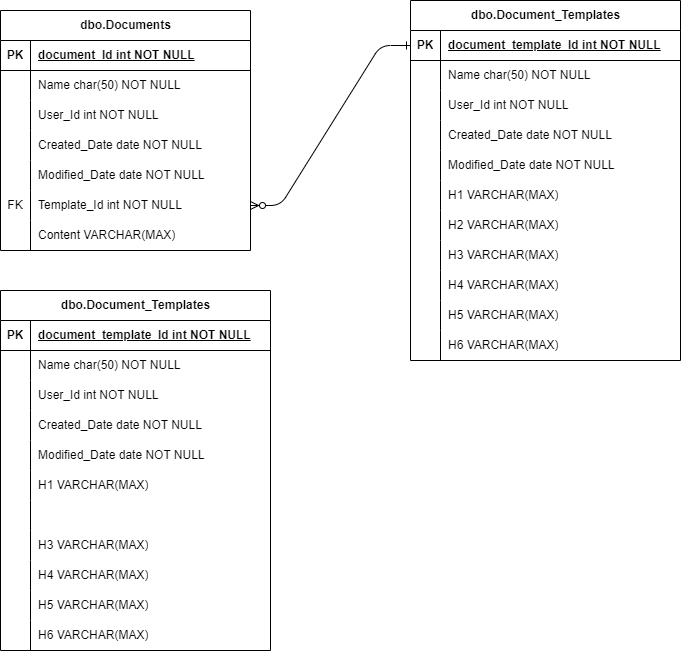
Before: DocsRel.png, a diagram exported from draw.io (clees1/portfoliotesting2). Source tidied: cells renumbered, new cells last; positions are measured from the earlier drawing's top-left corner, leaving out a move shared by most shapes.
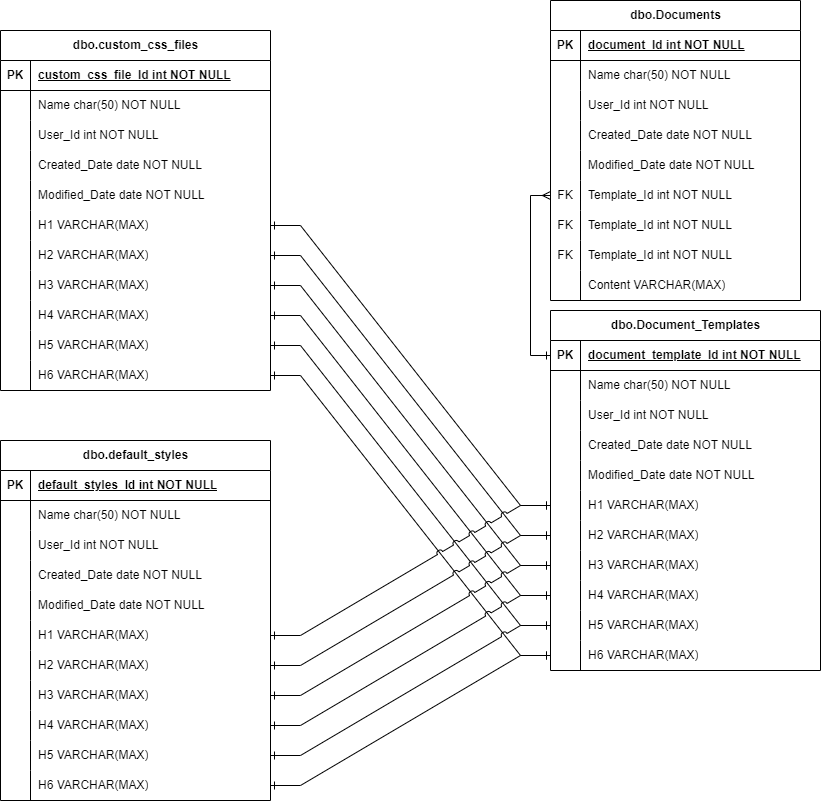
The same diagram one commit later.

The edit, as a diff of the source:
```diff
@@ -2,11 +2,8 @@
   <root>
     <mxCell id="0" />
     <mxCell id="1" parent="0" />
-    <mxCell id="2" style="edgeStyle=entityRelationEdgeStyle;endArrow=ERzeroToMany;startArrow=ERone;endFill=1;startFill=0;entryX=1;entryY=0.5;entryDx=0;entryDy=0;exitX=0;exitY=0.5;exitDx=0;exitDy=0;" parent="1" edge="1" source="26" target="19">
-      <mxGeometry relative="1" as="geometry" />
-    </mxCell>
     <mxCell id="3" value="dbo.Documents" style="shape=table;startSize=30;rowLines=0;fontStyle=1;align=center;html=1;" parent="1" vertex="1">
-      <mxGeometry y="10" width="250" height="240" as="geometry" />
+      <mxGeometry x="510" y="-80" width="250" height="300" as="geometry" />
     </mxCell>
     <mxCell id="4" style="shape=tableRow;horizontal=0;startSize=0;swimlaneHead=0;swimlaneBody=0;fillColor=none;top=0;left=0;right=0;bottom=1;" parent="3" vertex="1">
       <mxGeometry y="30" width="250" height="30" as="geometry" />
@@ -53,8 +50,26 @@
     <mxCell id="18" value="Modified_Date date NOT NULL" style="shape=partialRectangle;fillColor=none;top=0;left=0;bottom=0;right=0;align=left;spacingLeft=6;overflow=hidden;whiteSpace=wrap;html=1;" parent="16" vertex="1">
       <mxGeometry x="30" width="220" height="30" as="geometry" />
     </mxCell>
+    <mxCell id="94" style="shape=tableRow;horizontal=0;startSize=0;swimlaneHead=0;swimlaneBody=0;fillColor=none;points=[[0,0.5],[1,0.5]];portConstraint=eastwest;top=0;left=0;right=0;bottom=0;" parent="3" vertex="1">
+      <mxGeometry y="180" width="250" height="30" as="geometry" />
+    </mxCell>
+    <mxCell id="95" value="FK" style="shape=partialRectangle;fillColor=none;top=0;left=0;bottom=0;right=0;overflow=hidden;whiteSpace=wrap;html=1;" parent="94" vertex="1">
+      <mxGeometry width="30" height="30" as="geometry" />
+    </mxCell>
+    <mxCell id="96" value="Template_Id int NOT NULL" style="shape=partialRectangle;fillColor=none;top=0;left=0;bottom=0;right=0;align=left;spacingLeft=6;overflow=hidden;whiteSpace=wrap;html=1;" parent="94" vertex="1">
+      <mxGeometry x="30" width="220" height="30" as="geometry" />
+    </mxCell>
+    <mxCell id="97" style="shape=tableRow;horizontal=0;startSize=0;swimlaneHead=0;swimlaneBody=0;fillColor=none;top=0;left=0;right=0;bottom=0;" parent="3" vertex="1">
+      <mxGeometry y="210" width="250" height="30" as="geometry" />
+    </mxCell>
+    <mxCell id="98" value="FK" style="shape=partialRectangle;fillColor=none;top=0;left=0;bottom=0;right=0;overflow=hidden;whiteSpace=wrap;html=1;" parent="97" vertex="1">
+      <mxGeometry width="30" height="30" as="geometry" />
+    </mxCell>
+    <mxCell id="99" value="Template_Id int NOT NULL" style="shape=partialRectangle;fillColor=none;top=0;left=0;bottom=0;right=0;align=left;spacingLeft=6;overflow=hidden;whiteSpace=wrap;html=1;" parent="97" vertex="1">
+      <mxGeometry x="30" width="220" height="30" as="geometry" />
+    </mxCell>
     <mxCell id="19" style="shape=tableRow;horizontal=0;startSize=0;swimlaneHead=0;swimlaneBody=0;fillColor=none;points=[[0,0.5],[1,0.5]];portConstraint=eastwest;top=0;left=0;right=0;bottom=0;" parent="3" vertex="1">
-      <mxGeometry y="180" width="250" height="30" as="geometry" />
+      <mxGeometry y="240" width="250" height="30" as="geometry" />
     </mxCell>
     <mxCell id="20" value="FK" style="shape=partialRectangle;fillColor=none;top=0;left=0;bottom=0;right=0;overflow=hidden;whiteSpace=wrap;html=1;" parent="19" vertex="1">
       <mxGeometry width="30" height="30" as="geometry" />
@@ -63,7 +78,7 @@
       <mxGeometry x="30" width="220" height="30" as="geometry" />
     </mxCell>
     <mxCell id="22" style="shape=tableRow;horizontal=0;startSize=0;swimlaneHead=0;swimlaneBody=0;fillColor=none;top=0;left=0;right=0;bottom=0;" parent="3" vertex="1">
-      <mxGeometry y="210" width="250" height="30" as="geometry" />
+      <mxGeometry y="270" width="250" height="30" as="geometry" />
     </mxCell>
     <mxCell id="23" style="shape=partialRectangle;fillColor=none;top=0;left=0;bottom=0;right=0;overflow=hidden;whiteSpace=wrap;html=1;" parent="22" vertex="1">
       <mxGeometry width="30" height="30" as="geometry" />
@@ -72,7 +87,7 @@
       <mxGeometry x="30" width="220" height="30" as="geometry" />
     </mxCell>
     <mxCell id="25" value="dbo.Document_Templates" style="shape=table;startSize=30;rowLines=0;fontStyle=1;align=center;html=1;" parent="1" vertex="1">
-      <mxGeometry x="410" width="270" height="360" as="geometry" />
+      <mxGeometry x="510" y="230" width="270" height="360" as="geometry" />
     </mxCell>
     <mxCell id="26" style="shape=tableRow;horizontal=0;startSize=0;swimlaneHead=0;swimlaneBody=0;fillColor=none;points=[[0,0.5],[1,0.5]];portConstraint=eastwest;top=0;left=0;right=0;bottom=1;" parent="25" vertex="1">
       <mxGeometry y="30" width="270" height="30" as="geometry" />
@@ -174,10 +189,10 @@
       <mxGeometry x="30" width="240" height="30" as="geometry" />
     </mxCell>
     <mxCell id="59" value="H2 VARCHAR(MAX)" style="shape=partialRectangle;fillColor=none;top=0;left=0;bottom=0;right=0;align=left;spacingLeft=6;overflow=hidden;whiteSpace=wrap;html=1;" parent="1" vertex="1">
-      <mxGeometry x="440" y="210" width="150" height="30" as="geometry" />
+      <mxGeometry x="540" y="440" width="130" height="30" as="geometry" />
     </mxCell>
-    <mxCell id="60" value="dbo.Document_Templates" style="shape=table;startSize=30;rowLines=0;fontStyle=1;align=center;html=1;" parent="1" vertex="1">
-      <mxGeometry y="290" width="270" height="360" as="geometry" />
+    <mxCell id="60" value="dbo.custom_css_files" style="shape=table;startSize=30;rowLines=0;fontStyle=1;align=center;html=1;" parent="1" vertex="1">
+      <mxGeometry x="-40" y="-50" width="270" height="360" as="geometry" />
     </mxCell>
     <mxCell id="61" style="shape=tableRow;horizontal=0;startSize=0;swimlaneHead=0;swimlaneBody=0;fillColor=none;top=0;left=0;right=0;bottom=1;" parent="60" vertex="1">
       <mxGeometry y="30" width="270" height="30" as="geometry" />
@@ -185,7 +200,7 @@
     <mxCell id="62" value="PK" style="shape=partialRectangle;fillColor=none;top=0;left=0;bottom=0;right=0;fontStyle=1;overflow=hidden;whiteSpace=wrap;html=1;" parent="61" vertex="1">
       <mxGeometry width="30" height="30" as="geometry" />
     </mxCell>
-    <mxCell id="63" value="document_template_Id int NOT NULL" style="shape=partialRectangle;fillColor=none;top=0;left=0;bottom=0;right=0;align=left;spacingLeft=6;fontStyle=5;overflow=hidden;whiteSpace=wrap;html=1;" parent="61" vertex="1">
+    <mxCell id="63" value="custom_css_file_Id int NOT NULL" style="shape=partialRectangle;fillColor=none;top=0;left=0;bottom=0;right=0;align=left;spacingLeft=6;fontStyle=5;overflow=hidden;whiteSpace=wrap;html=1;" parent="61" vertex="1">
       <mxGeometry x="30" width="240" height="30" as="geometry" />
     </mxCell>
     <mxCell id="64" style="shape=tableRow;horizontal=0;startSize=0;swimlaneHead=0;swimlaneBody=0;fillColor=none;top=0;left=0;right=0;bottom=0;" parent="60" vertex="1">
@@ -239,7 +254,7 @@
     <mxCell id="80" style="shape=partialRectangle;fillColor=none;top=0;left=0;bottom=0;right=0;overflow=hidden;whiteSpace=wrap;html=1;" parent="79" vertex="1">
       <mxGeometry width="30" height="30" as="geometry" />
     </mxCell>
-    <mxCell id="81" style="shape=partialRectangle;fillColor=none;top=0;left=0;bottom=0;right=0;align=left;spacingLeft=6;overflow=hidden;whiteSpace=wrap;html=1;" parent="79" vertex="1">
+    <mxCell id="81" value="H2 VARCHAR(MAX)" style="shape=partialRectangle;fillColor=none;top=0;left=0;bottom=0;right=0;align=left;spacingLeft=6;overflow=hidden;whiteSpace=wrap;html=1;" parent="79" vertex="1">
       <mxGeometry x="30" width="240" height="30" as="geometry" />
     </mxCell>
     <mxCell id="82" style="shape=tableRow;horizontal=0;startSize=0;swimlaneHead=0;swimlaneBody=0;fillColor=none;points=[[0,0.5],[1,0.5]];portConstraint=eastwest;top=0;left=0;right=0;bottom=0;" parent="60" vertex="1">
@@ -278,5 +293,170 @@
     <mxCell id="93" value="H6 VARCHAR(MAX)" style="shape=partialRectangle;fillColor=none;top=0;left=0;bottom=0;right=0;align=left;spacingLeft=6;overflow=hidden;whiteSpace=wrap;html=1;" parent="91" vertex="1">
       <mxGeometry x="30" width="240" height="30" as="geometry" />
     </mxCell>
+    <mxCell id="100" value="dbo.default_styles" style="shape=table;startSize=30;rowLines=0;fontStyle=1;align=center;html=1;" parent="1" vertex="1">
+      <mxGeometry x="-40" y="360" width="270" height="360" as="geometry" />
+    </mxCell>
+    <mxCell id="101" style="shape=tableRow;horizontal=0;startSize=0;swimlaneHead=0;swimlaneBody=0;fillColor=none;top=0;left=0;right=0;bottom=1;" parent="100" vertex="1">
+      <mxGeometry y="30" width="270" height="30" as="geometry" />
+    </mxCell>
+    <mxCell id="102" value="PK" style="shape=partialRectangle;fillColor=none;top=0;left=0;bottom=0;right=0;fontStyle=1;overflow=hidden;whiteSpace=wrap;html=1;" parent="101" vertex="1">
+      <mxGeometry width="30" height="30" as="geometry" />
+    </mxCell>
+    <mxCell id="103" value="default_styles_Id int NOT NULL" style="shape=partialRectangle;fillColor=none;top=0;left=0;bottom=0;right=0;align=left;spacingLeft=6;fontStyle=5;overflow=hidden;whiteSpace=wrap;html=1;" parent="101" vertex="1">
+      <mxGeometry x="30" width="240" height="30" as="geometry" />
+    </mxCell>
+    <mxCell id="104" style="shape=tableRow;horizontal=0;startSize=0;swimlaneHead=0;swimlaneBody=0;fillColor=none;top=0;left=0;right=0;bottom=0;" parent="100" vertex="1">
+      <mxGeometry y="60" width="270" height="30" as="geometry" />
+    </mxCell>
+    <mxCell id="105" style="shape=partialRectangle;fillColor=none;top=0;left=0;bottom=0;right=0;overflow=hidden;whiteSpace=wrap;html=1;" parent="104" vertex="1">
+      <mxGeometry width="30" height="30" as="geometry" />
+    </mxCell>
+    <mxCell id="106" value="Name char(50) NOT NULL" style="shape=partialRectangle;fillColor=none;top=0;left=0;bottom=0;right=0;align=left;spacingLeft=6;overflow=hidden;whiteSpace=wrap;html=1;" parent="104" vertex="1">
+      <mxGeometry x="30" width="240" height="30" as="geometry" />
+    </mxCell>
+    <mxCell id="107" style="shape=tableRow;horizontal=0;startSize=0;swimlaneHead=0;swimlaneBody=0;fillColor=none;top=0;left=0;right=0;bottom=0;" parent="100" vertex="1">
+      <mxGeometry y="90" width="270" height="30" as="geometry" />
+    </mxCell>
+    <mxCell id="108" style="shape=partialRectangle;fillColor=none;top=0;left=0;bottom=0;right=0;overflow=hidden;whiteSpace=wrap;html=1;" parent="107" vertex="1">
+      <mxGeometry width="30" height="30" as="geometry" />
+    </mxCell>
+    <mxCell id="109" value="User_Id int NOT NULL" style="shape=partialRectangle;fillColor=none;top=0;left=0;bottom=0;right=0;align=left;spacingLeft=6;overflow=hidden;whiteSpace=wrap;html=1;" parent="107" vertex="1">
+      <mxGeometry x="30" width="240" height="30" as="geometry" />
+    </mxCell>
+    <mxCell id="110" style="shape=tableRow;horizontal=0;startSize=0;swimlaneHead=0;swimlaneBody=0;fillColor=none;top=0;left=0;right=0;bottom=0;" parent="100" vertex="1">
+      <mxGeometry y="120" width="270" height="30" as="geometry" />
+    </mxCell>
+    <mxCell id="111" style="shape=partialRectangle;fillColor=none;top=0;left=0;bottom=0;right=0;overflow=hidden;whiteSpace=wrap;html=1;" parent="110" vertex="1">
+      <mxGeometry width="30" height="30" as="geometry" />
+    </mxCell>
+    <mxCell id="112" value="Created_Date date NOT NULL" style="shape=partialRectangle;fillColor=none;top=0;left=0;bottom=0;right=0;align=left;spacingLeft=6;overflow=hidden;whiteSpace=wrap;html=1;" parent="110" vertex="1">
+      <mxGeometry x="30" width="240" height="30" as="geometry" />
+    </mxCell>
+    <mxCell id="113" style="shape=tableRow;horizontal=0;startSize=0;swimlaneHead=0;swimlaneBody=0;fillColor=none;top=0;left=0;right=0;bottom=0;" parent="100" vertex="1">
+      <mxGeometry y="150" width="270" height="30" as="geometry" />
+    </mxCell>
+    <mxCell id="114" style="shape=partialRectangle;fillColor=none;top=0;left=0;bottom=0;right=0;overflow=hidden;whiteSpace=wrap;html=1;" parent="113" vertex="1">
+      <mxGeometry width="30" height="30" as="geometry" />
+    </mxCell>
+    <mxCell id="115" value="Modified_Date date NOT NULL" style="shape=partialRectangle;fillColor=none;top=0;left=0;bottom=0;right=0;align=left;spacingLeft=6;overflow=hidden;whiteSpace=wrap;html=1;" parent="113" vertex="1">
+      <mxGeometry x="30" width="240" height="30" as="geometry" />
+    </mxCell>
+    <mxCell id="116" style="shape=tableRow;horizontal=0;startSize=0;swimlaneHead=0;swimlaneBody=0;fillColor=none;points=[[0,0.5],[1,0.5]];portConstraint=eastwest;top=0;left=0;right=0;bottom=0;" parent="100" vertex="1">
+      <mxGeometry y="180" width="270" height="30" as="geometry" />
+    </mxCell>
+    <mxCell id="117" style="shape=partialRectangle;fillColor=none;top=0;left=0;bottom=0;right=0;overflow=hidden;whiteSpace=wrap;html=1;" parent="116" vertex="1">
+      <mxGeometry width="30" height="30" as="geometry" />
+    </mxCell>
+    <mxCell id="118" value="H1 VARCHAR(MAX)" style="shape=partialRectangle;fillColor=none;top=0;left=0;bottom=0;right=0;align=left;spacingLeft=6;overflow=hidden;whiteSpace=wrap;html=1;" parent="116" vertex="1">
+      <mxGeometry x="30" width="240" height="30" as="geometry" />
+    </mxCell>
+    <mxCell id="119" style="shape=tableRow;horizontal=0;startSize=0;swimlaneHead=0;swimlaneBody=0;fillColor=none;points=[[0,0.5],[1,0.5]];portConstraint=eastwest;top=0;left=0;right=0;bottom=0;" parent="100" vertex="1">
+      <mxGeometry y="210" width="270" height="30" as="geometry" />
+    </mxCell>
+    <mxCell id="120" style="shape=partialRectangle;fillColor=none;top=0;left=0;bottom=0;right=0;overflow=hidden;whiteSpace=wrap;html=1;" parent="119" vertex="1">
+      <mxGeometry width="30" height="30" as="geometry" />
+    </mxCell>
+    <mxCell id="121" value="H2 VARCHAR(MAX)" style="shape=partialRectangle;fillColor=none;top=0;left=0;bottom=0;right=0;align=left;spacingLeft=6;overflow=hidden;whiteSpace=wrap;html=1;" parent="119" vertex="1">
+      <mxGeometry x="30" width="240" height="30" as="geometry" />
+    </mxCell>
+    <mxCell id="122" style="shape=tableRow;horizontal=0;startSize=0;swimlaneHead=0;swimlaneBody=0;fillColor=none;points=[[0,0.5],[1,0.5]];portConstraint=eastwest;top=0;left=0;right=0;bottom=0;" parent="100" vertex="1">
+      <mxGeometry y="240" width="270" height="30" as="geometry" />
+    </mxCell>
+    <mxCell id="123" style="shape=partialRectangle;fillColor=none;top=0;left=0;bottom=0;right=0;overflow=hidden;whiteSpace=wrap;html=1;" parent="122" vertex="1">
+      <mxGeometry width="30" height="30" as="geometry" />
+    </mxCell>
+    <mxCell id="124" value="H3 VARCHAR(MAX)" style="shape=partialRectangle;fillColor=none;top=0;left=0;bottom=0;right=0;align=left;spacingLeft=6;overflow=hidden;whiteSpace=wrap;html=1;" parent="122" vertex="1">
+      <mxGeometry x="30" width="240" height="30" as="geometry" />
+    </mxCell>
+    <mxCell id="125" style="shape=tableRow;horizontal=0;startSize=0;swimlaneHead=0;swimlaneBody=0;fillColor=none;points=[[0,0.5],[1,0.5]];portConstraint=eastwest;top=0;left=0;right=0;bottom=0;" parent="100" vertex="1">
+      <mxGeometry y="270" width="270" height="30" as="geometry" />
+    </mxCell>
+    <mxCell id="126" style="shape=partialRectangle;fillColor=none;top=0;left=0;bottom=0;right=0;overflow=hidden;whiteSpace=wrap;html=1;" parent="125" vertex="1">
+      <mxGeometry width="30" height="30" as="geometry" />
+    </mxCell>
+    <mxCell id="127" value="H4 VARCHAR(MAX)" style="shape=partialRectangle;fillColor=none;top=0;left=0;bottom=0;right=0;align=left;spacingLeft=6;overflow=hidden;whiteSpace=wrap;html=1;" parent="125" vertex="1">
+      <mxGeometry x="30" width="240" height="30" as="geometry" />
+    </mxCell>
+    <mxCell id="128" style="shape=tableRow;horizontal=0;startSize=0;swimlaneHead=0;swimlaneBody=0;fillColor=none;points=[[0,0.5],[1,0.5]];portConstraint=eastwest;top=0;left=0;right=0;bottom=0;" parent="100" vertex="1">
+      <mxGeometry y="300" width="270" height="30" as="geometry" />
+    </mxCell>
+    <mxCell id="129" style="shape=partialRectangle;fillColor=none;top=0;left=0;bottom=0;right=0;overflow=hidden;whiteSpace=wrap;html=1;" parent="128" vertex="1">
+      <mxGeometry width="30" height="30" as="geometry" />
+    </mxCell>
+    <mxCell id="130" value="H5 VARCHAR(MAX)" style="shape=partialRectangle;fillColor=none;top=0;left=0;bottom=0;right=0;align=left;spacingLeft=6;overflow=hidden;whiteSpace=wrap;html=1;" parent="128" vertex="1">
+      <mxGeometry x="30" width="240" height="30" as="geometry" />
+    </mxCell>
+    <mxCell id="131" style="shape=tableRow;horizontal=0;startSize=0;swimlaneHead=0;swimlaneBody=0;fillColor=none;points=[[0,0.5],[1,0.5]];portConstraint=eastwest;top=0;left=0;right=0;bottom=0;" parent="100" vertex="1">
+      <mxGeometry y="330" width="270" height="30" as="geometry" />
+    </mxCell>
+    <mxCell id="132" style="shape=partialRectangle;fillColor=none;top=0;left=0;bottom=0;right=0;overflow=hidden;whiteSpace=wrap;html=1;" parent="131" vertex="1">
+      <mxGeometry width="30" height="30" as="geometry" />
+    </mxCell>
+    <mxCell id="133" value="H6 VARCHAR(MAX)" style="shape=partialRectangle;fillColor=none;top=0;left=0;bottom=0;right=0;align=left;spacingLeft=6;overflow=hidden;whiteSpace=wrap;html=1;" parent="131" vertex="1">
+      <mxGeometry x="30" width="240" height="30" as="geometry" />
+    </mxCell>
+    <mxCell id="134" style="edgeStyle=entityRelationEdgeStyle;jettySize=auto;html=1;rounded=0;exitX=1;exitY=0.5;exitDx=0;exitDy=0;entryX=0;entryY=0.5;entryDx=0;entryDy=0;startArrow=ERone;startFill=0;endArrow=ERone;endFill=0;" parent="1" edge="1" source="76" target="41">
+      <mxGeometry relative="1" as="geometry" />
+    </mxCell>
+    <mxCell id="135" style="edgeStyle=entityRelationEdgeStyle;jettySize=auto;html=1;rounded=0;exitX=1;exitY=0.5;exitDx=0;exitDy=0;entryX=0;entryY=0.5;entryDx=0;entryDy=0;startArrow=ERone;startFill=0;endArrow=ERone;endFill=0;" parent="1" edge="1" source="79" target="44">
+      <mxGeometry relative="1" as="geometry" />
+    </mxCell>
+    <mxCell id="136" style="edgeStyle=entityRelationEdgeStyle;jettySize=auto;html=1;rounded=0;exitX=1;exitY=0.5;exitDx=0;exitDy=0;entryX=0;entryY=0.5;entryDx=0;entryDy=0;startArrow=ERone;startFill=0;endArrow=ERone;endFill=0;" parent="1" edge="1" source="82" target="47">
+      <mxGeometry relative="1" as="geometry" />
+    </mxCell>
+    <mxCell id="137" style="edgeStyle=entityRelationEdgeStyle;jettySize=auto;html=1;rounded=0;exitX=1;exitY=0.5;exitDx=0;exitDy=0;entryX=0;entryY=0.5;entryDx=0;entryDy=0;startArrow=ERone;startFill=0;endArrow=ERone;endFill=0;" parent="1" edge="1" source="85" target="50">
+      <mxGeometry relative="1" as="geometry" />
+    </mxCell>
+    <mxCell id="138" style="edgeStyle=entityRelationEdgeStyle;jettySize=auto;html=1;rounded=0;exitX=1;exitY=0.5;exitDx=0;exitDy=0;entryX=0;entryY=0.5;entryDx=0;entryDy=0;startArrow=ERone;startFill=0;endArrow=ERone;endFill=0;" parent="1" edge="1" source="88" target="53">
+      <mxGeometry relative="1" as="geometry" />
+    </mxCell>
+    <mxCell id="139" style="edgeStyle=entityRelationEdgeStyle;jettySize=auto;html=1;rounded=0;exitX=1;exitY=0.5;exitDx=0;exitDy=0;entryX=0;entryY=0.5;entryDx=0;entryDy=0;startArrow=ERone;startFill=0;endArrow=ERone;endFill=0;" parent="1" edge="1" source="91" target="56">
+      <mxGeometry relative="1" as="geometry" />
+    </mxCell>
+    <mxCell id="140" style="edgeStyle=entityRelationEdgeStyle;jettySize=auto;html=1;rounded=0;exitX=1;exitY=0.5;exitDx=0;exitDy=0;entryX=0;entryY=0.5;entryDx=0;entryDy=0;startArrow=ERone;startFill=0;endArrow=ERone;endFill=0;jumpStyle=arc;" parent="1" edge="1" source="116" target="41">
+      <mxGeometry relative="1" as="geometry">
+        <Array as="points">
+          <mxPoint x="350" y="400" />
+        </Array>
+      </mxGeometry>
+    </mxCell>
+    <mxCell id="141" style="edgeStyle=entityRelationEdgeStyle;jettySize=auto;html=1;rounded=0;exitX=1;exitY=0.5;exitDx=0;exitDy=0;entryX=0;entryY=0.5;entryDx=0;entryDy=0;startArrow=ERone;startFill=0;endArrow=ERone;endFill=0;jumpStyle=arc;" parent="1" edge="1" source="119" target="44">
+      <mxGeometry relative="1" as="geometry">
+        <Array as="points">
+          <mxPoint x="360" y="410" />
+        </Array>
+      </mxGeometry>
+    </mxCell>
+    <mxCell id="142" style="edgeStyle=entityRelationEdgeStyle;jettySize=auto;html=1;rounded=0;exitX=1;exitY=0.5;exitDx=0;exitDy=0;entryX=0;entryY=0.5;entryDx=0;entryDy=0;startArrow=ERone;startFill=0;endArrow=ERone;endFill=0;jumpStyle=arc;" parent="1" edge="1" source="122" target="47">
+      <mxGeometry relative="1" as="geometry">
+        <Array as="points">
+          <mxPoint x="370" y="420" />
+        </Array>
+      </mxGeometry>
+    </mxCell>
+    <mxCell id="143" style="edgeStyle=entityRelationEdgeStyle;jettySize=auto;html=1;rounded=0;exitX=1;exitY=0.5;exitDx=0;exitDy=0;entryX=0;entryY=0.5;entryDx=0;entryDy=0;startArrow=ERone;startFill=0;endArrow=ERone;endFill=0;jumpStyle=arc;" parent="1" edge="1" source="125" target="50">
+      <mxGeometry relative="1" as="geometry">
+        <Array as="points">
+          <mxPoint x="380" y="430" />
+        </Array>
+      </mxGeometry>
+    </mxCell>
+    <mxCell id="144" style="edgeStyle=entityRelationEdgeStyle;jettySize=auto;html=1;rounded=0;exitX=1;exitY=0.5;exitDx=0;exitDy=0;entryX=0;entryY=0.5;entryDx=0;entryDy=0;startArrow=ERone;startFill=0;endArrow=ERone;endFill=0;jumpStyle=arc;" parent="1" edge="1" source="128" target="53">
+      <mxGeometry relative="1" as="geometry">
+        <Array as="points">
+          <mxPoint x="390" y="440" />
+        </Array>
+      </mxGeometry>
+    </mxCell>
+    <mxCell id="145" style="edgeStyle=entityRelationEdgeStyle;jettySize=auto;html=1;rounded=0;exitX=1;exitY=0.5;exitDx=0;exitDy=0;entryX=0;entryY=0.5;entryDx=0;entryDy=0;startArrow=ERone;startFill=0;endArrow=ERone;endFill=0;jumpStyle=arc;" parent="1" edge="1" source="131" target="56">
+      <mxGeometry relative="1" as="geometry">
+        <Array as="points">
+          <mxPoint x="400" y="450" />
+        </Array>
+      </mxGeometry>
+    </mxCell>
+    <mxCell id="146" style="edgeStyle=orthogonalEdgeStyle;rounded=0;jettySize=auto;html=1;entryX=0;entryY=0.5;entryDx=0;entryDy=0;startArrow=ERmany;startFill=0;endArrow=ERone;endFill=0;exitX=0;exitY=0.5;exitDx=0;exitDy=0;" parent="1" edge="1" source="94" target="26">
+      <mxGeometry relative="1" as="geometry" />
+    </mxCell>
   </root>
 </mxGraphModel>
```
